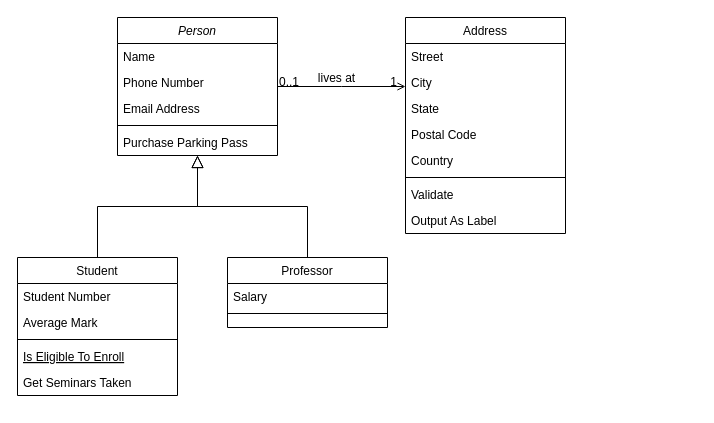
Earlier version of the draw.io diagram Untitled Diagram.drawio (kanewilliams/handson-ml2). Source tidied: cells renumbered, new cells numbered last; positions are measured from the earlier drawing's top-left corner, leaving out a move shared by most shapes. Both pictures are drawn from the tidied source at 100%, with x=0, y=0 at pixel (17, 17).
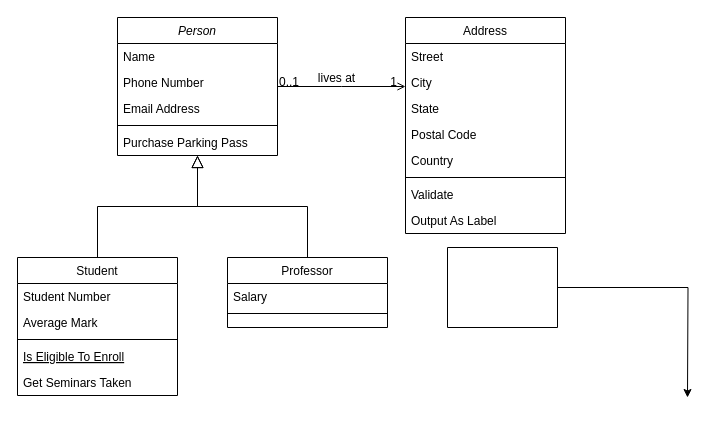
After the change.

Change to the diagram source:
```diff
@@
+    <mxCell id="32" style="edgeStyle=orthogonalEdgeStyle;rounded=0;jettySize=auto;html=1;" parent="1" edge="1" source="33">
+      <mxGeometry relative="1" as="geometry">
+        <mxPoint x="670" y="380" as="targetPoint" />
+      </mxGeometry>
+    </mxCell>
+    <mxCell id="33" style="swimlane;startSize=0;" parent="1" vertex="1">
+      <mxGeometry x="430" y="230" width="110" height="80" as="geometry" />
+    </mxCell>
```
